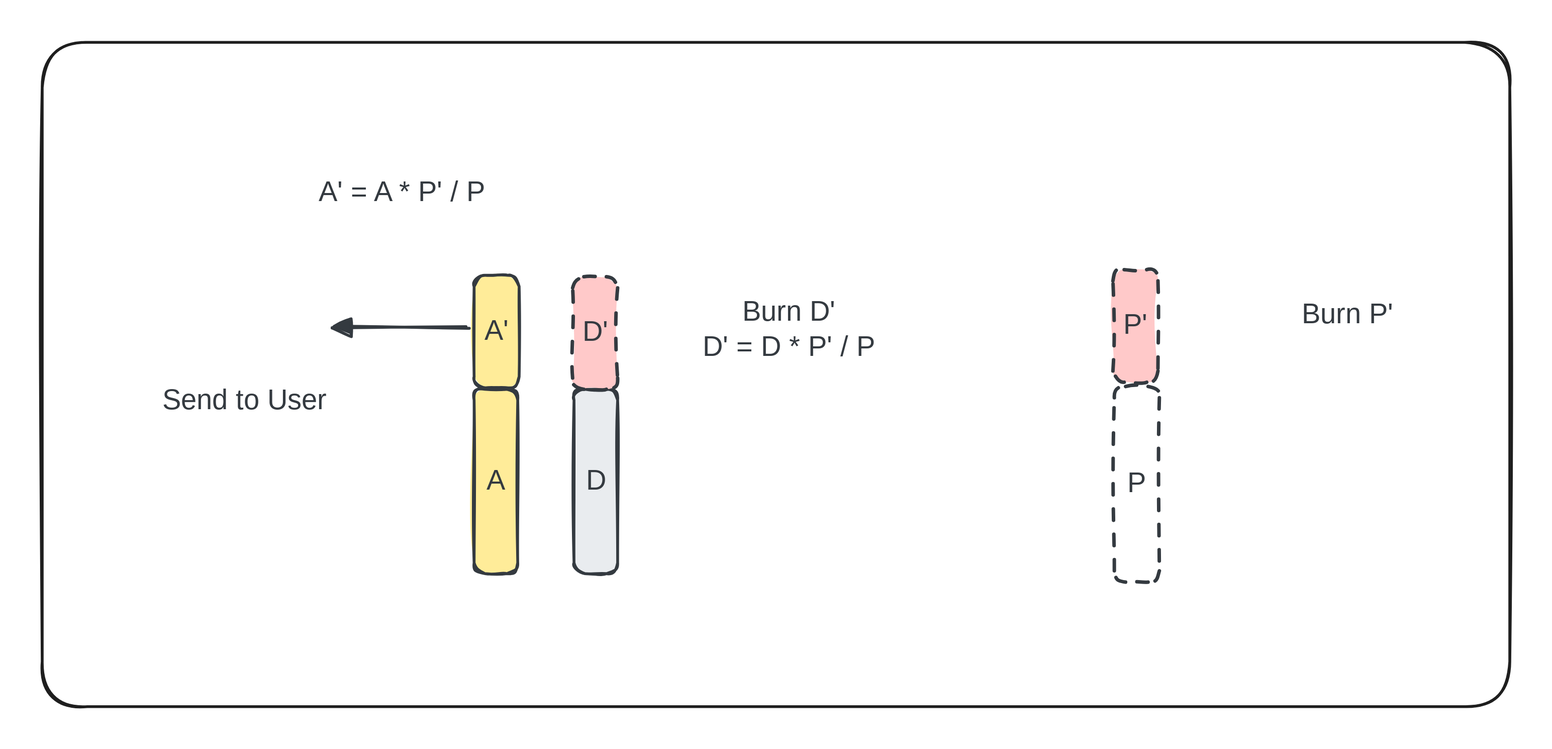
This is .gitbook/assets/file.excalidraw (10).svg from decaswap-labs/docs, a Excalidraw export, as it was before one commit. Source tidied: one line per element, renumbered; positions are measured from the earlier drawing's top-left corner, leaving out a move shared by most shapes.
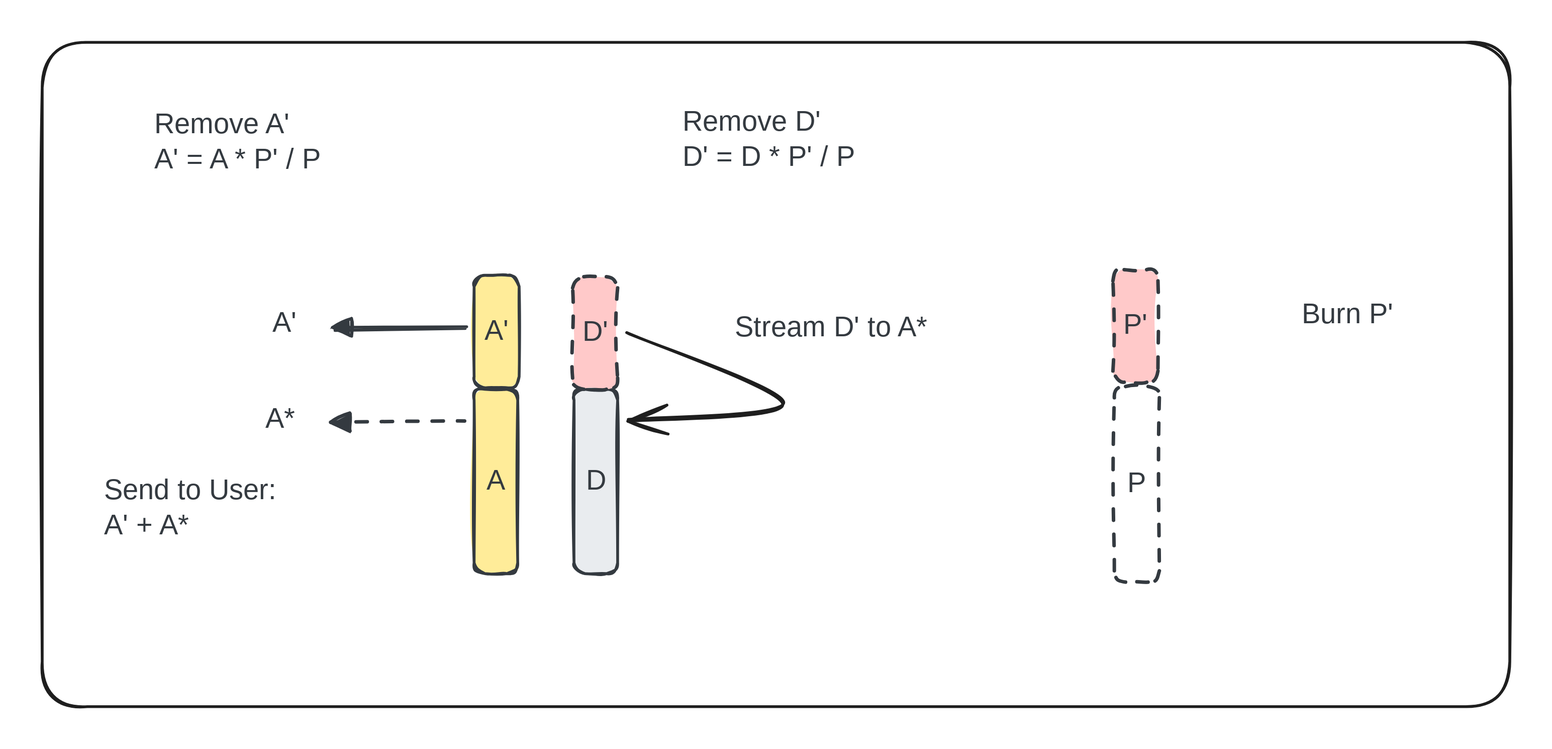
After the commit.

Diff of the diagram source:
```diff
@@ -6,13 +6,18 @@
 {"id": 5, "type": "text", "text": "A'", "strokeColor": "#343a40", "backgroundColor": "#e9ecef", "fillStyle": "solid", "strokeWidth": 2, "roughness": 1, "fontSize": 20, "fontFamily": 1, "textAlign": "center", "verticalAlign": "middle", "inside": 4, "x": 314, "y": 193, "width": 18, "height": 25}
 {"id": 6, "type": "rectangle", "strokeColor": "#343a40", "backgroundColor": "#ffc9c9", "fillStyle": "solid", "strokeWidth": 2, "strokeStyle": "dashed", "roughness": 1, "round": true, "x": 377, "y": 166, "width": 32, "height": 80}
 {"id": 7, "type": "text", "text": "D'", "strokeColor": "#343a40", "backgroundColor": "#e9ecef", "fillStyle": "solid", "strokeWidth": 2, "roughness": 1, "fontSize": 20, "fontFamily": 1, "textAlign": "center", "verticalAlign": "middle", "inside": 6, "x": 382, "y": 194, "width": 21, "height": 25}
-{"id": 8, "type": "text", "text": "A' = A * P' / P", "strokeColor": "#343a40", "backgroundColor": "#e9ecef", "fillStyle": "solid", "strokeWidth": 2, "strokeStyle": "dashed", "roughness": 1, "fontSize": 20, "fontFamily": 1, "textAlign": "center", "x": 178, "y": 94, "width": 156, "height": 25}
-{"id": 9, "type": "text", "text": "Burn D'\nD' = D * P' / P", "strokeColor": "#343a40", "backgroundColor": "#e9ecef", "fillStyle": "solid", "strokeWidth": 2, "strokeStyle": "dashed", "roughness": 1, "fontSize": 20, "fontFamily": 1, "textAlign": "center", "x": 450, "y": 180, "width": 161, "height": 50}
-{"id": 10, "type": "arrow", "strokeColor": "#343a40", "backgroundColor": "#e9ecef", "fillStyle": "solid", "strokeWidth": 2, "roughness": 1, "startArrowhead": "triangle", "round": true, "to": 4, "x": 207, "y": 203, "width": 95, "height": 1, "points": [[0, 0], [95, -1]]}
+{"id": 18, "type": "text", "text": "Remove A'\nA' = A * P' / P", "strokeColor": "#343a40", "backgroundColor": "#e9ecef", "fillStyle": "solid", "strokeWidth": 2, "strokeStyle": "dashed", "roughness": 1, "fontSize": 20, "fontFamily": 1, "x": 80, "y": 46, "width": 156, "height": 50}
+{"id": 19, "type": "text", "text": "Remove D'\nD' = D * P' / P", "strokeColor": "#343a40", "backgroundColor": "#e9ecef", "fillStyle": "solid", "strokeWidth": 2, "strokeStyle": "dashed", "roughness": 1, "fontSize": 20, "fontFamily": 1, "x": 455, "y": 44, "width": 161, "height": 50}
+{"id": 20, "type": "arrow", "strokeColor": "#343a40", "backgroundColor": "#e9ecef", "fillStyle": "solid", "strokeWidth": 2, "roughness": 1, "startArrowhead": "triangle", "round": true, "to": 4, "x": 207, "y": 203, "width": 95, "height": 1, "points": [[0, 0], [95, -1]]}
 {"id": 11, "type": "rectangle", "strokeColor": "#343a40", "backgroundColor": "#ffc9c9", "fillStyle": "solid", "strokeWidth": 2, "strokeStyle": "dashed", "roughness": 1, "round": true, "x": 761, "y": 162, "width": 32, "height": 80}
 {"id": 12, "type": "text", "text": "P'", "strokeColor": "#343a40", "backgroundColor": "#e9ecef", "fillStyle": "solid", "strokeWidth": 2, "roughness": 1, "fontSize": 20, "fontFamily": 1, "textAlign": "center", "verticalAlign": "middle", "inside": 11, "x": 768, "y": 189, "width": 19, "height": 25}
 {"id": 13, "type": "rectangle", "strokeColor": "#343a40", "backgroundColor": "#ffffff", "fillStyle": "solid", "strokeWidth": 2, "strokeStyle": "dashed", "roughness": 1, "round": true, "x": 762, "y": 244, "width": 32, "height": 139}
 {"id": 14, "type": "text", "text": "P", "strokeColor": "#343a40", "backgroundColor": "#e9ecef", "fillStyle": "solid", "strokeWidth": 2, "roughness": 1, "fontSize": 20, "fontFamily": 1, "textAlign": "center", "verticalAlign": "middle", "inside": 13, "x": 771, "y": 302, "width": 13, "height": 25}
 {"id": 15, "type": "text", "text": "Burn P'", "strokeColor": "#343a40", "backgroundColor": "#e9ecef", "fillStyle": "solid", "strokeWidth": 2, "strokeStyle": "dashed", "roughness": 1, "fontSize": 20, "fontFamily": 1, "textAlign": "center", "x": 891, "y": 182, "width": 72, "height": 25}
-{"id": 16, "type": "text", "text": "Send to User", "strokeColor": "#343a40", "backgroundColor": "#e9ecef", "fillStyle": "solid", "strokeWidth": 2, "strokeStyle": "dashed", "roughness": 1, "fontSize": 20, "fontFamily": 1, "textAlign": "center", "x": 78, "y": 242, "width": 131, "height": 25}
+{"id": 16, "type": "text", "text": "Send to User:\nA' + A*", "strokeColor": "#343a40", "backgroundColor": "#e9ecef", "fillStyle": "solid", "strokeWidth": 2, "strokeStyle": "dashed", "roughness": 1, "fontSize": 20, "fontFamily": 1, "x": 44, "y": 306, "width": 136, "height": 50}
 {"id": 17, "type": "rectangle", "strokeColor": "#1e1e1e", "strokeWidth": 2, "roughness": 1, "round": true, "x": 0, "y": 0, "width": 1043, "height": 472}
+{"id": 21, "type": "arrow", "strokeColor": "#1e1e1e", "strokeWidth": 2, "roughness": 1, "endArrowhead": "arrow", "round": true, "from": 6, "to": 2, "x": 416, "y": 206, "width": 111, "height": 62, "points": [[0, 0], [111, 50], [0, 62]]}
+{"id": 10, "type": "arrow", "strokeColor": "#343a40", "backgroundColor": "#e9ecef", "fillStyle": "solid", "strokeWidth": 2, "strokeStyle": "dashed", "roughness": 1, "startArrowhead": "triangle", "round": true, "to": 0, "x": 206, "y": 270, "width": 95, "height": 1, "points": [[0, 0], [95, -1]]}
+{"id": 22, "type": "text", "text": "A'", "strokeColor": "#343a40", "backgroundColor": "#e9ecef", "fillStyle": "solid", "strokeWidth": 2, "strokeStyle": "dashed", "roughness": 1, "fontSize": 20, "fontFamily": 1, "x": 164, "y": 188, "width": 18, "height": 25}
+{"id": 8, "type": "text", "text": "A*", "strokeColor": "#343a40", "backgroundColor": "#e9ecef", "fillStyle": "solid", "strokeWidth": 2, "strokeStyle": "dashed", "roughness": 1, "fontSize": 20, "fontFamily": 1, "x": 159, "y": 256, "width": 23, "height": 25}
+{"id": 9, "type": "text", "text": "Stream D' to A*", "strokeColor": "#343a40", "backgroundColor": "#e9ecef", "fillStyle": "solid", "strokeWidth": 2, "strokeStyle": "dashed", "roughness": 1, "fontSize": 20, "fontFamily": 1, "x": 492, "y": 190, "width": 166, "height": 25}
```
